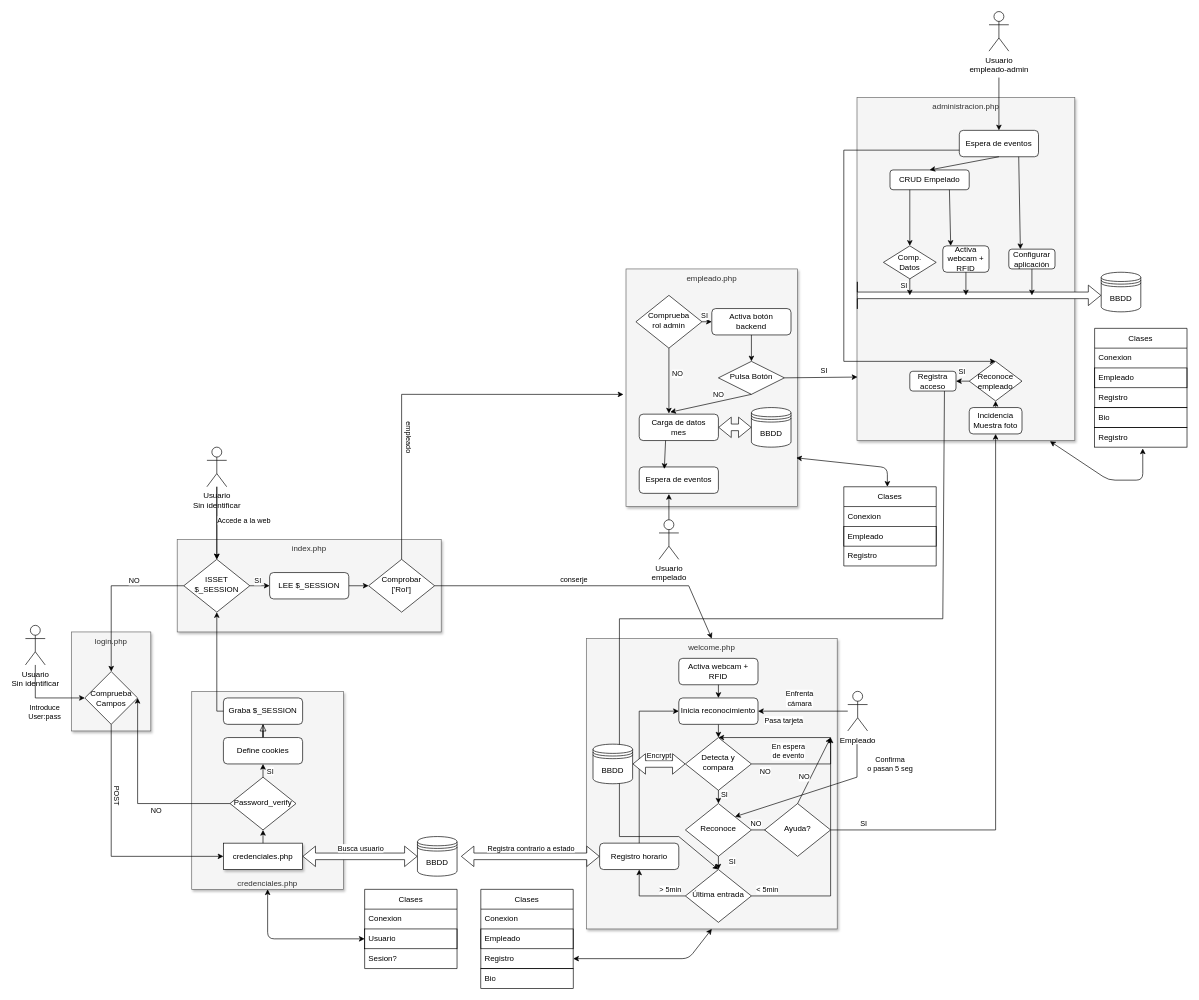
Isisimone/Proyecto-DAW keeps this draw.io diagram as docs/Diagramas/Casos de uso reconocimiento.drawio. Above is the earlier version. Source tidied: cells renumbered, new cells numbered last; positions are measured from the earlier drawing's top-left corner, leaving out a move shared by most shapes. Both pictures are drawn from the tidied source at 66%, with x=0, y=0 at pixel (25, 11).
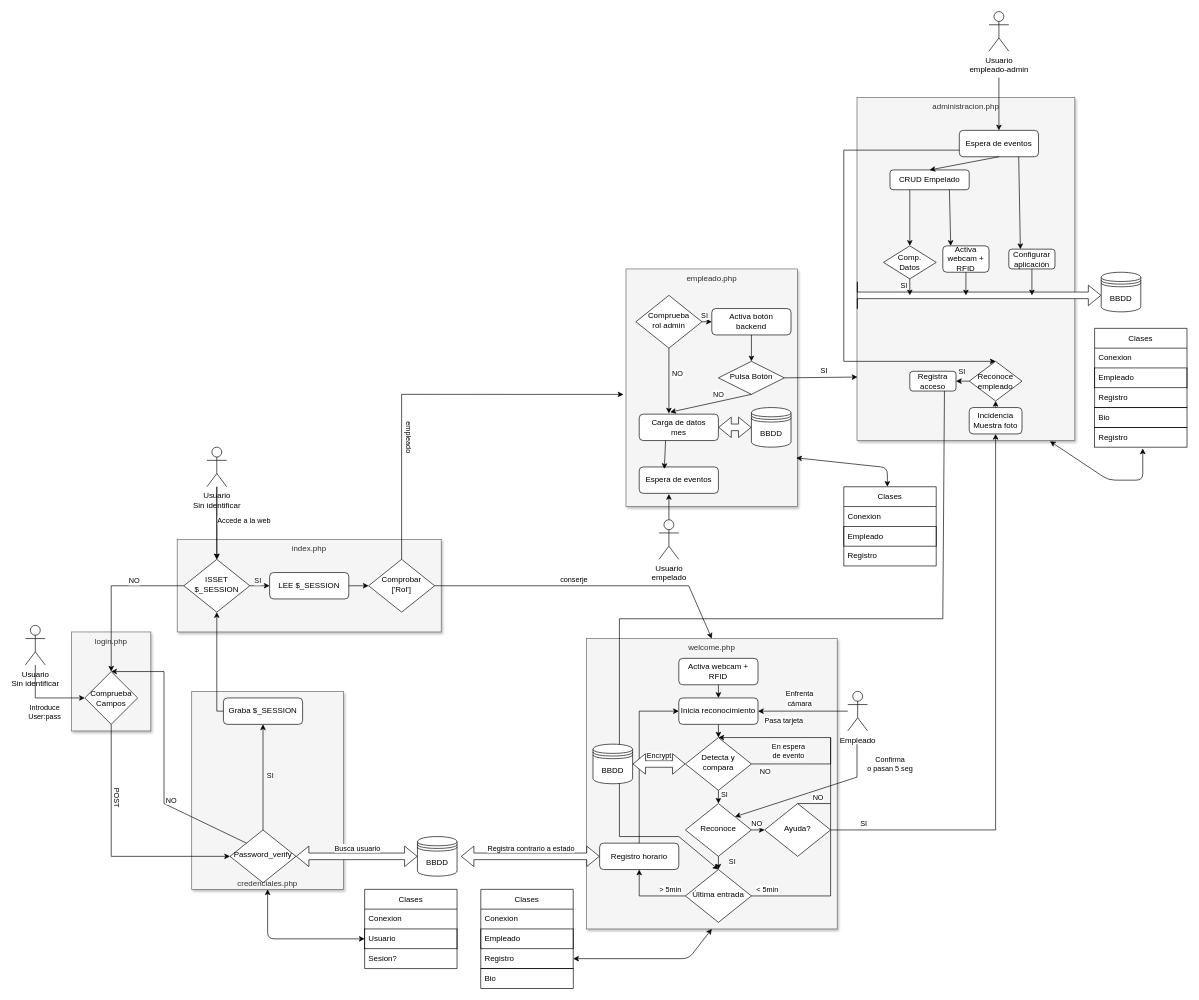
After the change.

Commit message (it also covers changes not shown here):
Casos de uso completos

The change refers to these unchanged cells:
```xml
<mxCell id="20" value="BBDD" style="shape=datastore;whiteSpace=wrap;html=1;" parent="1" vertex="1">
  <mxGeometry x="594" y="1250" width="60" height="60" as="geometry" />
</mxCell>
<mxCell id="34" value="Graba $_SESSION" style="rounded=1;whiteSpace=wrap;html=1;fontSize=12;glass=0;strokeWidth=1;shadow=0;" parent="1" vertex="1">
  <mxGeometry x="300" y="1040" width="120" height="40" as="geometry" />
</mxCell>
<mxCell id="36" value="Comprueba&lt;div&gt;Campos&lt;/div&gt;" style="rhombus;whiteSpace=wrap;html=1;" parent="1" vertex="1">
  <mxGeometry x="90" y="1000" width="80" height="80" as="geometry" />
</mxCell>
<mxCell id="44" value="Reconoce" style="rhombus;whiteSpace=wrap;html=1;shadow=0;fontFamily=Helvetica;fontSize=12;align=center;strokeWidth=1;spacing=6;spacingTop=-4;" parent="1" vertex="1">
  <mxGeometry x="1000" y="1200" width="100" height="80" as="geometry" />
</mxCell>
<mxCell id="46" value="Última entrada" style="rhombus;whiteSpace=wrap;html=1;shadow=0;fontFamily=Helvetica;fontSize=12;align=center;strokeWidth=1;spacing=6;spacingTop=-4;" parent="1" vertex="1">
  <mxGeometry x="1000" y="1300" width="100" height="80" as="geometry" />
</mxCell>
<mxCell id="112" value="Ayuda?" style="rhombus;whiteSpace=wrap;html=1;shadow=0;fontFamily=Helvetica;fontSize=12;align=center;strokeWidth=1;spacing=6;spacingTop=-4;" parent="1" vertex="1">
  <mxGeometry x="1120" y="1200" width="100" height="80" as="geometry" />
</mxCell>
```

Diff of the diagram source:
```diff
@@
-    <mxCell id="4" style="rounded=0;html=1;jettySize=auto;fontSize=11;endArrow=block;endFill=0;endSize=8;strokeWidth=1;shadow=0;labelBackgroundColor=none;edgeStyle=orthogonalEdgeStyle;entryX=0.5;entryY=1;entryDx=0;entryDy=0;" parent="1" edge="1" source="5" target="34">
-      <mxGeometry relative="1" as="geometry" />
-    </mxCell>
-    <mxCell id="5" value="Define cookies" style="rounded=1;whiteSpace=wrap;html=1;fontSize=12;glass=0;strokeWidth=1;shadow=0;" parent="1" vertex="1">
-      <mxGeometry x="300" y="1100" width="120" height="40" as="geometry" />
-    </mxCell>
@@
-    <mxCell id="23" style="endArrow=classic;html=1;rounded=0;exitX=0.5;exitY=1;exitDx=0;exitDy=0;" parent="1" edge="1" source="36" target="25">
+    <mxCell id="23" style="endArrow=classic;html=1;rounded=0;exitX=0.5;exitY=1;exitDx=0;exitDy=0;entryX=0;entryY=0.5;entryDx=0;entryDy=0;" parent="1" edge="1" source="36" target="29">
       <mxGeometry relative="1" as="geometry">
         <Array as="points">
           <mxPoint x="130" y="1280" />
         </Array>
       </mxGeometry>
     </mxCell>
@@
-    <mxCell id="25" value="credenciales.php" style="rounded=0;whiteSpace=wrap;html=1;fontSize=12;glass=0;strokeWidth=1;shadow=1;" parent="1" vertex="1">
-      <mxGeometry x="300" y="1260" width="120" height="40" as="geometry" />
-    </mxCell>
-    <mxCell id="26" style="endArrow=classic;html=1;rounded=0;exitX=0.5;exitY=0;exitDx=0;exitDy=0;entryX=0.5;entryY=1;entryDx=0;entryDy=0;" parent="1" edge="1" source="25" target="29">
-      <mxGeometry relative="1" as="geometry" />
-    </mxCell>
-    <mxCell id="27" style="shape=flexArrow;endArrow=classic;startArrow=classic;html=1;rounded=0;exitX=1;exitY=0.5;exitDx=0;exitDy=0;entryX=0;entryY=0.5;entryDx=0;entryDy=0;fillColor=default;fillStyle=solid;" parent="1" edge="1" source="25" target="20">
+    <mxCell id="27" style="shape=flexArrow;endArrow=classic;startArrow=classic;html=1;rounded=0;exitX=1;exitY=0.5;exitDx=0;exitDy=0;entryX=0;entryY=0.5;entryDx=0;entryDy=0;fillColor=default;fillStyle=solid;" parent="1" edge="1" source="29" target="20">
       <mxGeometry relative="1" as="geometry" />
     </mxCell>
@@
     <mxCell id="29" value="Password_verify" style="rhombus;whiteSpace=wrap;html=1;shadow=0;fontFamily=Helvetica;fontSize=12;align=center;strokeWidth=1;spacing=6;spacingTop=-4;" parent="1" vertex="1">
-      <mxGeometry x="310" y="1160" width="100" height="80" as="geometry" />
+      <mxGeometry x="310" y="1240" width="100" height="80" as="geometry" />
     </mxCell>
-    <mxCell id="30" style="endArrow=classic;html=1;rounded=0;exitX=0;exitY=0.5;exitDx=0;exitDy=0;entryX=1;entryY=0.5;entryDx=0;entryDy=0;" parent="1" edge="1" source="29" target="36">
+    <mxCell id="30" style="endArrow=classic;html=1;rounded=0;exitX=0;exitY=0;exitDx=0;exitDy=0;entryX=0.5;entryY=0;entryDx=0;entryDy=0;" parent="1" edge="1" source="29" target="36">
       <mxGeometry relative="1" as="geometry">
         <Array as="points">
-          <mxPoint x="170" y="1200" />
+          <mxPoint x="210" y="1200" />
+          <mxPoint x="210" y="1000" />
         </Array>
       </mxGeometry>
     </mxCell>
@@
-    <mxCell id="32" style="endArrow=classic;html=1;rounded=0;exitX=0.5;exitY=0;exitDx=0;exitDy=0;entryX=0.5;entryY=1;entryDx=0;entryDy=0;" parent="1" edge="1" source="29" target="5">
+    <mxCell id="32" style="endArrow=classic;html=1;rounded=0;exitX=0.5;exitY=0;exitDx=0;exitDy=0;entryX=0.5;entryY=1;entryDx=0;entryDy=0;" parent="1" edge="1" source="29" target="34">
       <mxGeometry relative="1" as="geometry" />
     </mxCell>
@@
     <mxCell id="60" style="endArrow=classic;html=1;rounded=0;exitX=1;exitY=0.5;exitDx=0;exitDy=0;entryX=0;entryY=0.5;entryDx=0;entryDy=0;" parent="1" edge="1" source="44" target="112">
-      <mxGeometry relative="1" as="geometry">
-        <Array as="points">
-          <mxPoint x="1140" y="1240" />
-        </Array>
-      </mxGeometry>
+      <mxGeometry relative="1" as="geometry" />
     </mxCell>
     <mxCell id="61" value="NO" style="edgeLabel;html=1;align=center;verticalAlign=middle;" parent="60" vertex="1">
       <mxGeometry x="-0.81" relative="1" as="geometry">
-        <mxPoint y="-10" as="offset" />
+        <mxPoint x="5" y="-10" as="offset" />
       </mxGeometry>
     </mxCell>
-    <mxCell id="62" style="endArrow=classic;html=1;rounded=0;exitX=1;exitY=0.5;exitDx=0;exitDy=0;" parent="1" edge="1" source="46">
+    <mxCell id="62" style="endArrow=none;html=1;rounded=0;exitX=1;exitY=0.5;exitDx=0;exitDy=0;startFill=0;" parent="1" edge="1" source="46">
       <mxGeometry relative="1" as="geometry">
         <mxPoint x="1220" y="1100" as="targetPoint" />
         <Array as="points">
           <mxPoint x="1220" y="1340" />
         </Array>
       </mxGeometry>
     </mxCell>
@@
-    <mxCell id="113" style="endArrow=classic;html=1;rounded=0;" parent="1" edge="1">
-      <mxGeometry relative="1" as="geometry">
-        <mxPoint x="1170" y="1200" as="sourcePoint" />
-        <mxPoint x="1220" y="1100" as="targetPoint" />
-      </mxGeometry>
-    </mxCell>
-    <mxCell id="114" value="NO" style="edgeLabel;html=1;align=center;verticalAlign=middle;" parent="113" vertex="1">
-      <mxGeometry x="-0.25" y="-1" relative="1" as="geometry">
-        <mxPoint x="-10" y="-3" as="offset" />
-      </mxGeometry>
-    </mxCell>
@@
+    <mxCell id="150" style="endArrow=none;html=1;rounded=0;exitX=0.5;exitY=0;exitDx=0;exitDy=0;" parent="1" edge="1" source="112">
+      <mxGeometry relative="1" as="geometry">
+        <mxPoint x="1220" y="1200" as="targetPoint" />
+      </mxGeometry>
+    </mxCell>
+    <mxCell id="114" value="NO" style="edgeLabel;html=1;align=center;verticalAlign=middle;" parent="150" vertex="1">
+      <mxGeometry y="1" relative="1" as="geometry">
+        <mxPoint x="5" y="-9" as="offset" />
+      </mxGeometry>
+    </mxCell>
```
